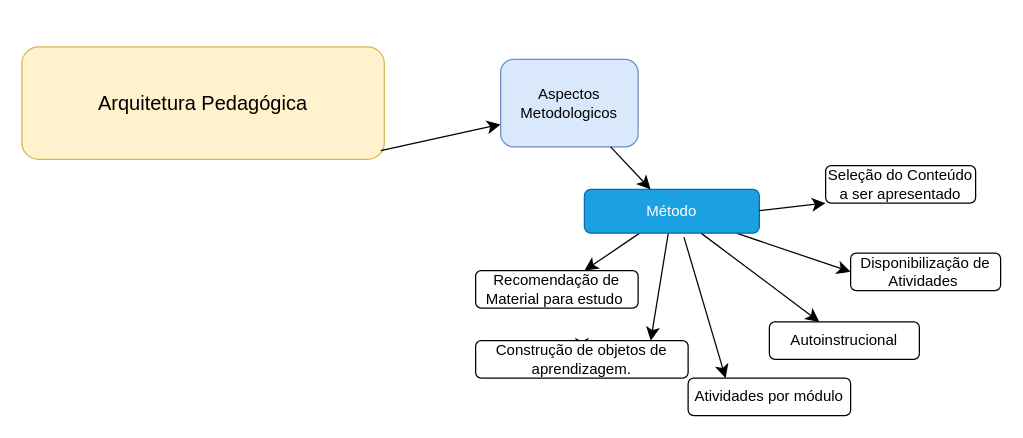
This is teste1.drawio from RosianeSangali/RosianeSangali, a draw.io file, before an edit. Source tidied: cells renumbered, new cells numbered last; positions are measured from the earlier drawing's top-left corner, leaving out a move shared by most shapes. Both pictures are drawn from the tidied source at 125%, with x=0, y=0 at pixel (21, 46).
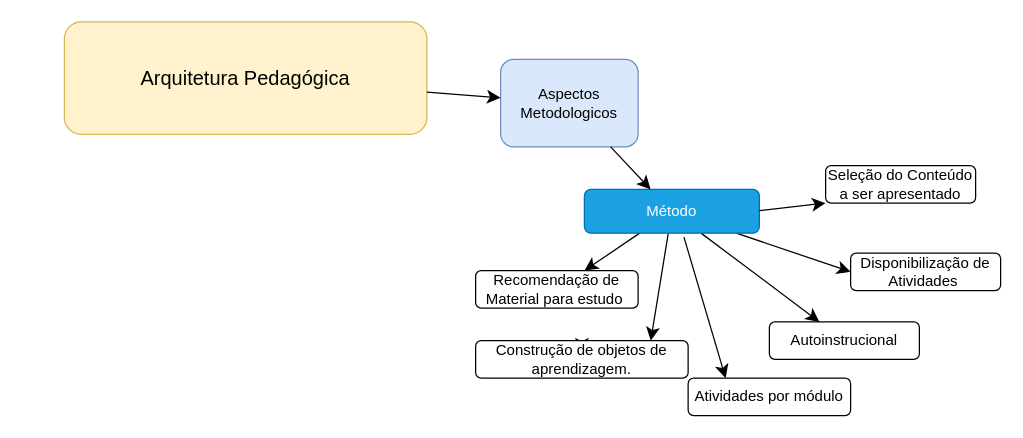
Above is the later version.

The change refers to these unchanged cells:
```xml
<mxCell id="3" value="Aspectos Metodologicos" style="rounded=1;whiteSpace=wrap;html=1;fillColor=#dae8fc;strokeColor=#6c8ebf;" parent="1" vertex="1">
  <mxGeometry x="383" y="10" width="110" height="70" as="geometry" />
</mxCell>
```

What changed in the source:
```diff
@@
     <mxCell id="2" value="Arquitetura Pedagógica" style="text;strokeColor=#d6b656;fillColor=#fff2cc;html=1;align=center;verticalAlign=middle;whiteSpace=wrap;rounded=1;fontSize=16;" parent="1" vertex="1">
-      <mxGeometry width="290" height="90" as="geometry" />
+      <mxGeometry x="34" y="-20" width="290" height="90" as="geometry" />
     </mxCell>
@@
-    <mxCell id="18" style="edgeStyle=none;curved=1;rounded=1;jettySize=auto;html=1;fontSize=12;startSize=8;endSize=8;exitX=0.99;exitY=0.922;exitDx=0;exitDy=0;exitPerimeter=0;" parent="1" edge="1" source="2">
-      <mxGeometry relative="1" as="geometry">
-        <mxPoint x="383" y="62" as="targetPoint" />
-      </mxGeometry>
+    <mxCell id="18" style="edgeStyle=none;curved=1;rounded=1;jettySize=auto;html=1;fontSize=12;startSize=8;endSize=8;" parent="1" edge="1" source="2" target="3">
+      <mxGeometry relative="1" as="geometry" />
     </mxCell>
```
